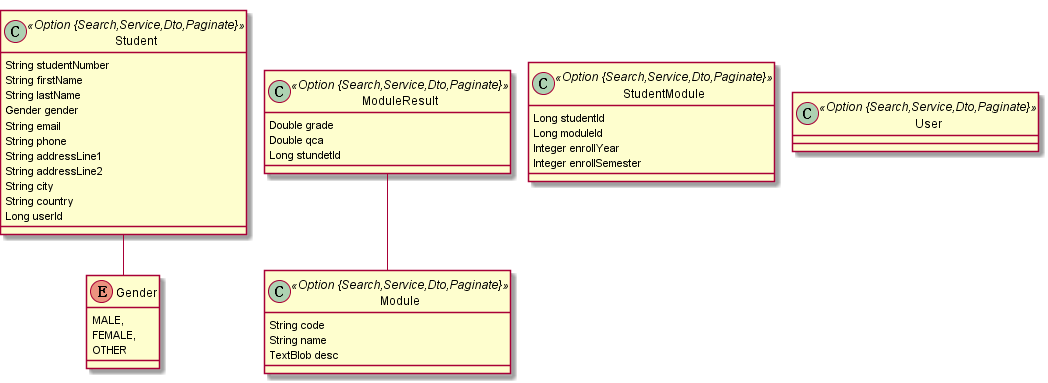
This is project.png from skarlet-witcher/student-record-system, a PlantUML export, as it was before one commit.
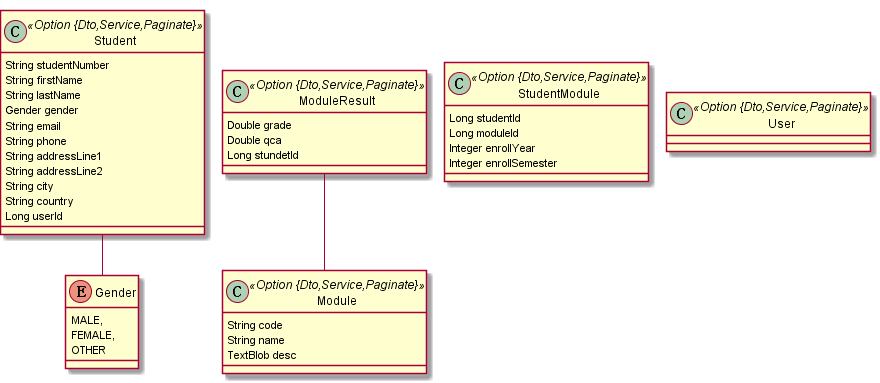
The same file after the commit.

Change to the diagram source:
```diff
@@ -1,7 +1,7 @@
 @startuml
 	!pragma graphviz_dot jdot
 	!pragma syntax class
-	class Student <<Option {Search,Service,Dto,Paginate}>> {
+	class Student <<Option {Dto,Service,Paginate}>> {
 		String studentNumber
 		String firstName
 		String lastName
@@ -20,23 +20,23 @@
 		FEMALE,
 		OTHER
 	}
-	class Module <<Option {Search,Service,Dto,Paginate}>> {
+	class Module <<Option {Dto,Service,Paginate}>> {
 		String code
 		String name
 		TextBlob desc
 	}
-	class StudentModule <<Option {Search,Service,Dto,Paginate}>> {
+	class StudentModule <<Option {Dto,Service,Paginate}>> {
 		Long studentId
 		Long moduleId
 		Integer enrollYear
 		Integer enrollSemester
 	}
-	class ModuleResult <<Option {Search,Service,Dto,Paginate}>> {
+	class ModuleResult <<Option {Dto,Service,Paginate}>> {
 		Double grade
 		Double qca
 		Long stundetId
 	}
 	ModuleResult  "module(name) 0..* " o-- "0..1 "  Module
-	class User <<Option {Search,Service,Dto,Paginate}>> {
+	class User <<Option {Dto,Service,Paginate}>> {
 	}
 @enduml
```
